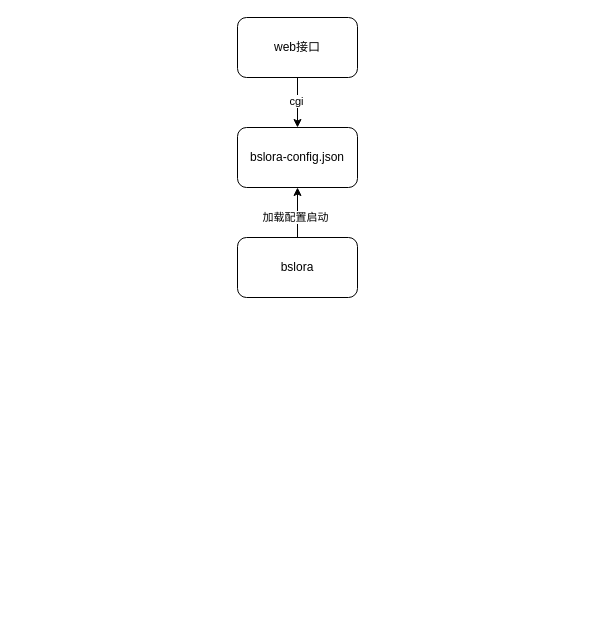
Above: bs-lora.drawio in kent0628/diagrams (draw.io), before the change. Source tidied: cells renumbered, new cells numbered last; positions are measured from the earlier drawing's top-left corner, leaving out a move shared by most shapes. Both pictures are drawn from the tidied source at 100%, with x=0, y=0 at pixel (237, 17).
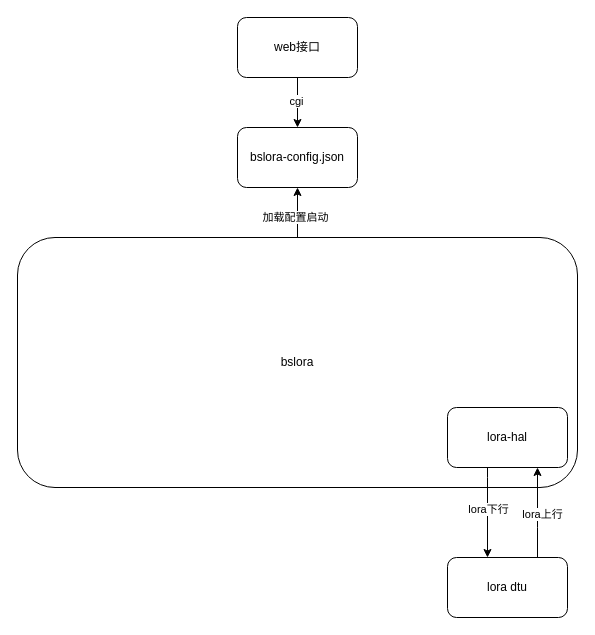
Above is the later version.

The edit, as a diff of the source:
```diff
@@
 <mxGraphModel>
   <root>
     <mxCell id="0" />
     <mxCell id="1" parent="0" />
     <mxCell id="2" style="edgeStyle=orthogonalEdgeStyle;rounded=0;jettySize=auto;html=1;" parent="1" edge="1" source="4" target="5">
       <mxGeometry x="0.2" y="110" relative="1" as="geometry" />
     </mxCell>
     <mxCell id="3" value="cgi" style="edgeLabel;html=1;align=center;verticalAlign=middle;" parent="2" vertex="1">
       <mxGeometry x="-0.1" y="-2" relative="1" as="geometry" />
     </mxCell>
     <mxCell id="4" value="web接口" style="rounded=1;whiteSpace=wrap;html=1;" parent="1" vertex="1">
       <mxGeometry width="120" height="60" as="geometry" />
     </mxCell>
     <mxCell id="5" value="bslora-config.json" style="rounded=1;whiteSpace=wrap;html=1;" parent="1" vertex="1">
       <mxGeometry y="110" width="120" height="60" as="geometry" />
     </mxCell>
     <mxCell id="6" style="edgeStyle=orthogonalEdgeStyle;rounded=0;jettySize=auto;html=1;" parent="1" edge="1" source="8" target="5">
       <mxGeometry relative="1" as="geometry" />
     </mxCell>
     <mxCell id="7" value="加载配置启动" style="edgeLabel;html=1;align=center;verticalAlign=middle;" parent="6" vertex="1">
       <mxGeometry x="-0.16" y="3" relative="1" as="geometry" />
     </mxCell>
     <mxCell id="8" value="bslora" style="rounded=1;whiteSpace=wrap;html=1;" parent="1" vertex="1">
-      <mxGeometry y="220" width="120" height="60" as="geometry" />
+      <mxGeometry x="-220" y="220" width="560" height="250" as="geometry" />
     </mxCell>
+    <mxCell id="9" style="edgeStyle=orthogonalEdgeStyle;rounded=0;jettySize=auto;html=1;" parent="1" edge="1" source="11" target="14">
+      <mxGeometry relative="1" as="geometry">
+        <Array as="points">
+          <mxPoint x="250" y="460" />
+          <mxPoint x="250" y="460" />
+        </Array>
+      </mxGeometry>
+    </mxCell>
+    <mxCell id="10" value="lora下行" style="edgeLabel;html=1;align=center;verticalAlign=middle;" parent="9" vertex="1">
+      <mxGeometry x="-0.09" y="2" relative="1" as="geometry">
+        <mxPoint x="-2" as="offset" />
+      </mxGeometry>
+    </mxCell>
+    <mxCell id="11" value="lora-hal" style="rounded=1;whiteSpace=wrap;html=1;" parent="1" vertex="1">
+      <mxGeometry x="210" y="390" width="120" height="60" as="geometry" />
+    </mxCell>
+    <mxCell id="12" style="edgeStyle=orthogonalEdgeStyle;rounded=0;jettySize=auto;html=1;" parent="1" edge="1" source="14" target="11">
+      <mxGeometry relative="1" as="geometry">
+        <Array as="points">
+          <mxPoint x="300" y="510" />
+          <mxPoint x="300" y="510" />
+        </Array>
+      </mxGeometry>
+    </mxCell>
+    <mxCell id="13" value="lora上行" style="edgeLabel;html=1;align=center;verticalAlign=middle;" parent="12" vertex="1">
+      <mxGeometry x="-0.02" y="-4" relative="1" as="geometry" />
+    </mxCell>
+    <mxCell id="14" value="lora dtu" style="rounded=1;whiteSpace=wrap;html=1;" parent="1" vertex="1">
+      <mxGeometry x="210" y="540" width="120" height="60" as="geometry" />
+    </mxCell>
   </root>
 </mxGraphModel>
```
